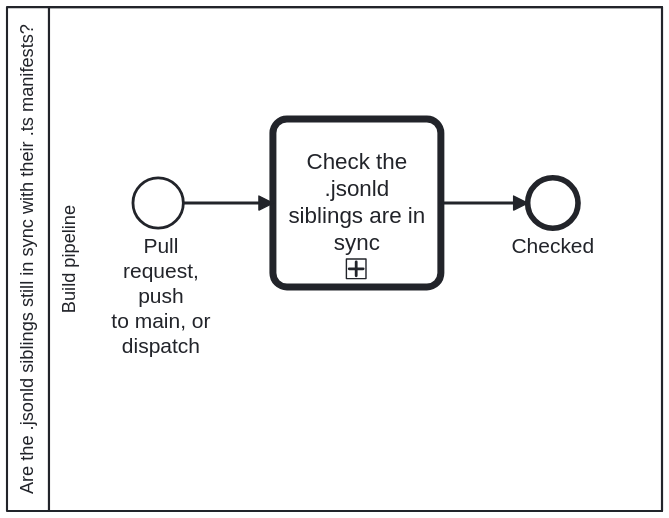
This is docs/assets/img/workflows/jsonld-drift-check.svg from litlfred/cat-harness, a BPMN export, as it was before one commit. Its source is kept beside it as processes/sdlc/jsonld-drift-check.bpmn. Ids are renumbered.
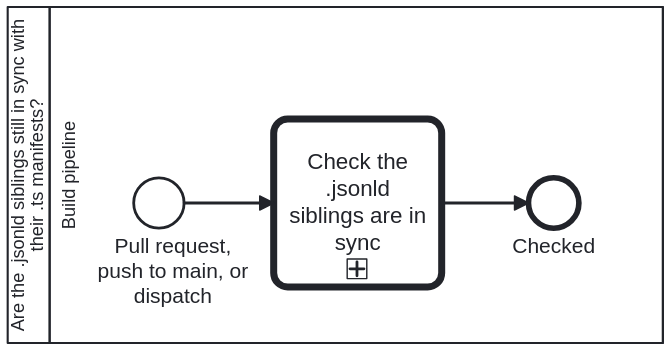
After the change.

Change to the diagram source:
```diff
@@ -28,10 +28,10 @@
         <bpmn:flowNodeRef>End_Checked</bpmn:flowNodeRef>
       </bpmn:lane>
     </bpmn:laneSet>
-    <bpmn:startEvent id="Start_Change" name="Pull request, push&#10;to main, or dispatch">
+    <bpmn:startEvent id="Start_Change" name="Pull request, push to main, or dispatch">
       <bpmn:outgoing>Flow_0</bpmn:outgoing>
     </bpmn:startEvent>
-    <bpmn:callActivity id="Call_Drift" name="Check the .jsonld&#10;siblings are in sync" calledElement="Process_GeneratedFileDrift">
+    <bpmn:callActivity id="Call_Drift" name="Check the .jsonld siblings are in sync" calledElement="Process_GeneratedFileDrift">
       <bpmn:documentation>Run the five --check generators in one job — the JSON-LD context, block siblings, library nodes, site graph, then the label-resolution and emitter tests. Any committed .jsonld that differs from what its generator now produces fails the PR, because a stale generated file is still consulted.</bpmn:documentation>
       <bpmn:incoming>Flow_0</bpmn:incoming>
       <bpmn:outgoing>Flow_1</bpmn:outgoing>
@@ -45,21 +45,21 @@
   <bpmndi:BPMNDiagram id="Diagram_Process_JsonLdDrift">
     <bpmndi:BPMNPlane id="Plane_Process_JsonLdDrift" bpmnElement="Collaboration_Process_JsonLdDrift">
       <bpmndi:BPMNShape id="Shape_Participant_Process_JsonLdDrift" bpmnElement="Participant_Process_JsonLdDrift" isHorizontal="true">
-        <dc:Bounds x="60" y="60" width="468" height="360"/>
+        <dc:Bounds x="60" y="60" width="468" height="240"/>
       </bpmndi:BPMNShape>
       <bpmndi:BPMNShape id="Shape_Lane_Ci" bpmnElement="Lane_Ci" isHorizontal="true">
-        <dc:Bounds x="90" y="60" width="438" height="360"/>
+        <dc:Bounds x="90" y="60" width="438" height="240"/>
       </bpmndi:BPMNShape>
       <bpmndi:BPMNShape id="Shape_Start_Change" bpmnElement="Start_Change">
         <dc:Bounds x="150" y="182" width="36" height="36"/>
-        <bpmndi:BPMNLabel><dc:Bounds x="115" y="222" width="110" height="40"/></bpmndi:BPMNLabel>
+        <bpmndi:BPMNLabel><dc:Bounds x="118" y="221.5" width="120" height="54" /></bpmndi:BPMNLabel>
       </bpmndi:BPMNShape>
       <bpmndi:BPMNShape id="Shape_Call_Drift" bpmnElement="Call_Drift">
         <dc:Bounds x="250" y="140" width="120" height="120"/>
       </bpmndi:BPMNShape>
       <bpmndi:BPMNShape id="Shape_End_Checked" bpmnElement="End_Checked">
         <dc:Bounds x="432" y="182" width="36" height="36"/>
-        <bpmndi:BPMNLabel><dc:Bounds x="410" y="222" width="80" height="40"/></bpmndi:BPMNLabel>
+        <bpmndi:BPMNLabel><dc:Bounds x="390" y="222" width="120" height="40"/></bpmndi:BPMNLabel>
       </bpmndi:BPMNShape>
       <bpmndi:BPMNEdge id="Edge_Flow_0" bpmnElement="Flow_0">
         <di:waypoint x="186" y="200"/>
```
